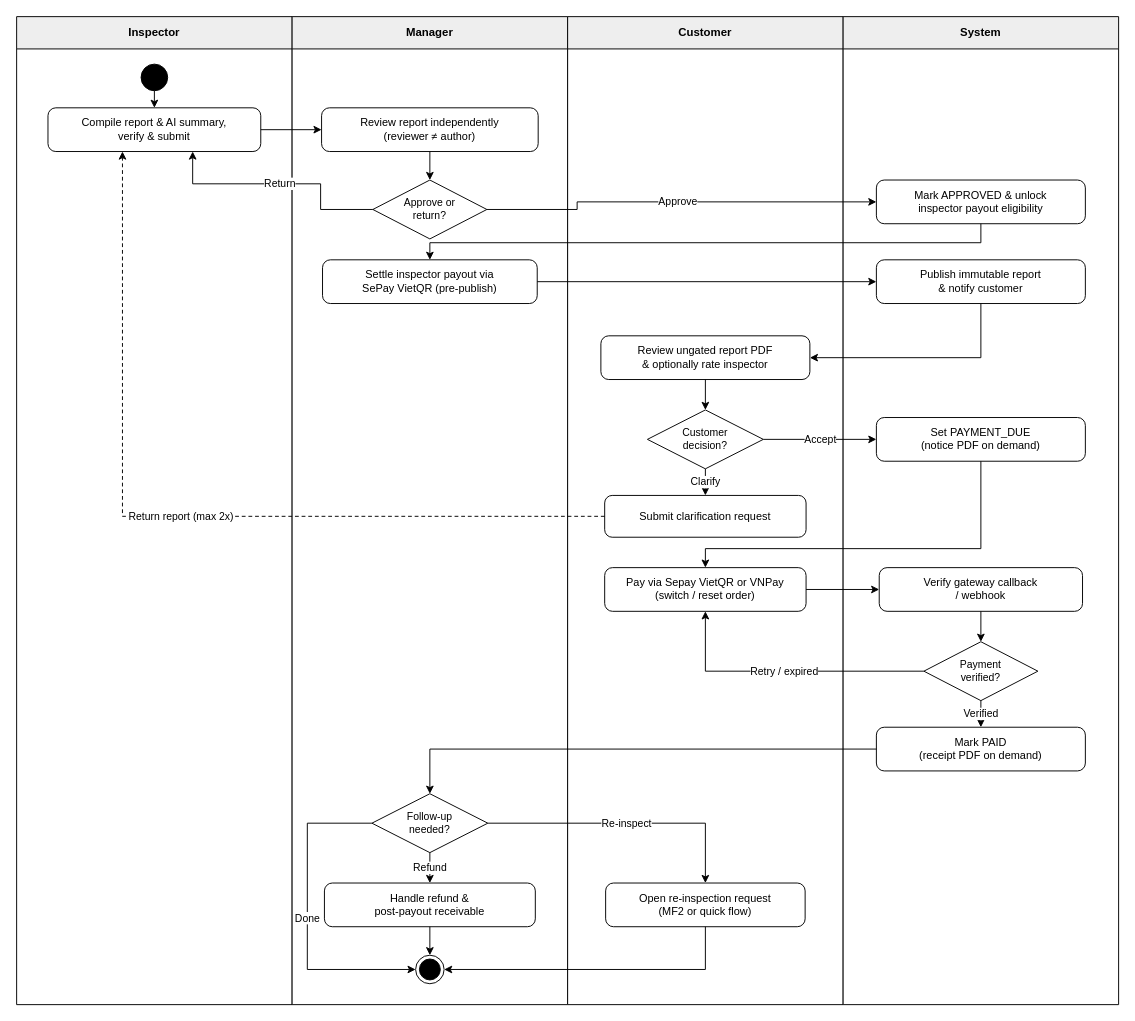
tungbach12/SmartDroneInspection-Docs keeps this draw.io diagram as page "MF4 - Report, Finance & Reinspection" (5 of 5) of diagrams/smartdrone-activity-diagrams.drawio. Above is the earlier version. Source tidied: cells renumbered, new cells numbered last; positions are measured from the earlier drawing's top-left corner, leaving out a move shared by most shapes. Both pictures are drawn from the tidied source at 95%, with x=0, y=0 at pixel (16, 16).
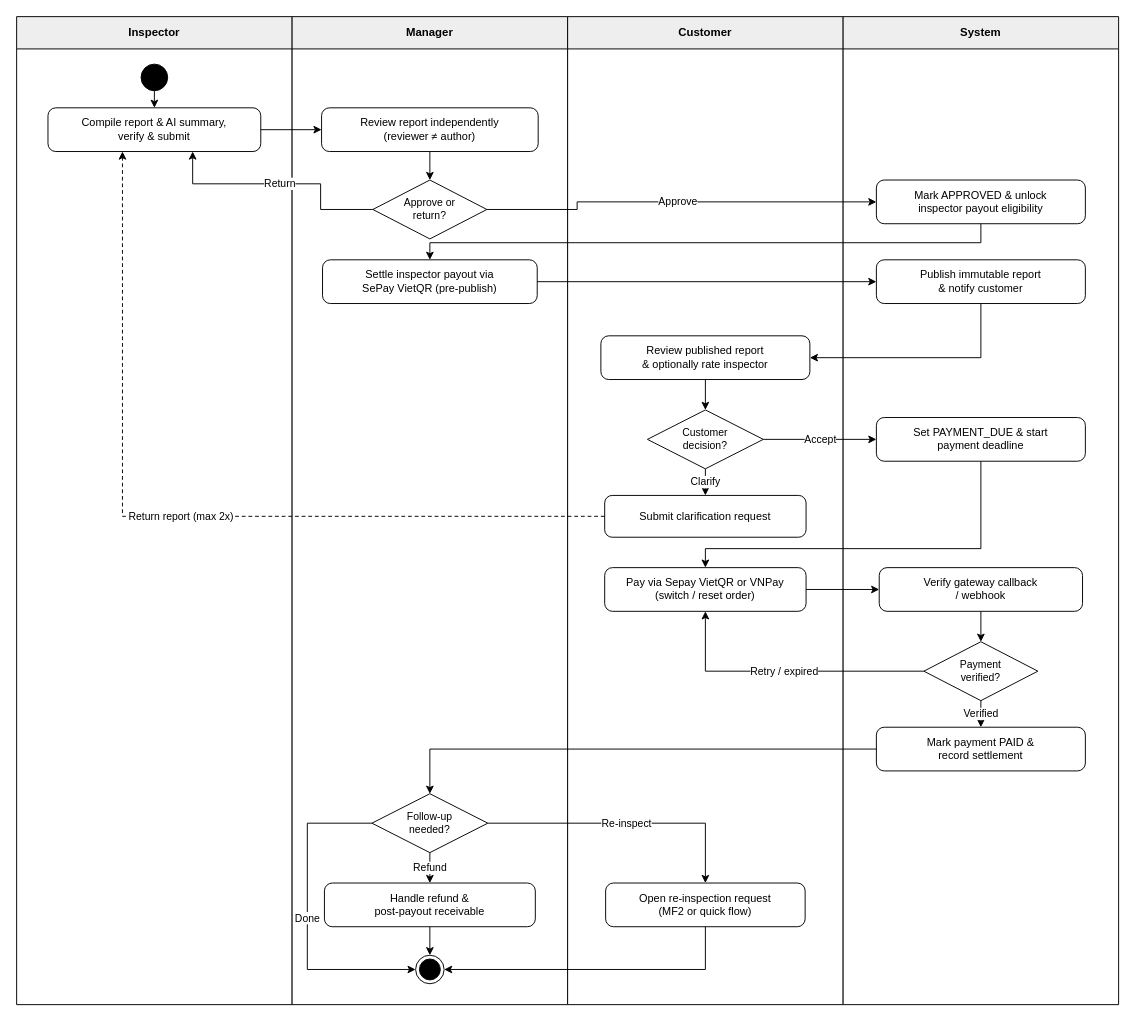
Above is the later version.

Commit message:
docs(diagrams): drop PDF export details from MF4 activity diagram

Change to the diagram source:
```diff
@@
-    <mxCell id="13" value="Review ungated report PDF&lt;br&gt;&amp;amp; optionally rate inspector" style="rounded=1;whiteSpace=wrap;html=1;arcSize=18;fillColor=#FFFFFF;strokeColor=#000000;strokeWidth=1;fontColor=#000000;fontSize=11.5;fontFamily=Helvetica;align=center;verticalAlign=middle;spacingLeft=8;spacingRight=8;" parent="1" vertex="1">
+    <mxCell id="13" value="Review published report&lt;br&gt;&amp;amp; optionally rate inspector" style="rounded=1;whiteSpace=wrap;html=1;arcSize=18;fillColor=#FFFFFF;strokeColor=#000000;strokeWidth=1;fontColor=#000000;fontSize=11.5;fontFamily=Helvetica;align=center;verticalAlign=middle;spacingLeft=8;spacingRight=8;" parent="1" vertex="1">
       <mxGeometry x="615" y="336" width="220" height="46" as="geometry" />
     </mxCell>
@@
-    <mxCell id="16" value="Set PAYMENT_DUE&lt;br&gt;(notice PDF on demand)" style="rounded=1;whiteSpace=wrap;html=1;arcSize=18;fillColor=#FFFFFF;strokeColor=#000000;strokeWidth=1;fontColor=#000000;fontSize=11.5;fontFamily=Helvetica;align=center;verticalAlign=middle;spacingLeft=8;spacingRight=8;" parent="1" vertex="1">
+    <mxCell id="16" value="Set PAYMENT_DUE &amp;amp; start&lt;br&gt;payment deadline" style="rounded=1;whiteSpace=wrap;html=1;arcSize=18;fillColor=#FFFFFF;strokeColor=#000000;strokeWidth=1;fontColor=#000000;fontSize=11.5;fontFamily=Helvetica;align=center;verticalAlign=middle;spacingLeft=8;spacingRight=8;" parent="1" vertex="1">
       <mxGeometry x="905" y="422" width="220" height="46" as="geometry" />
     </mxCell>
@@
-    <mxCell id="20" value="Mark PAID&lt;br&gt;(receipt PDF on demand)" style="rounded=1;whiteSpace=wrap;html=1;arcSize=18;fillColor=#FFFFFF;strokeColor=#000000;strokeWidth=1;fontColor=#000000;fontSize=11.5;fontFamily=Helvetica;align=center;verticalAlign=middle;spacingLeft=8;spacingRight=8;" parent="1" vertex="1">
+    <mxCell id="20" value="Mark payment PAID &amp;amp;&lt;br&gt;record settlement" style="rounded=1;whiteSpace=wrap;html=1;arcSize=18;fillColor=#FFFFFF;strokeColor=#000000;strokeWidth=1;fontColor=#000000;fontSize=11.5;fontFamily=Helvetica;align=center;verticalAlign=middle;spacingLeft=8;spacingRight=8;" parent="1" vertex="1">
       <mxGeometry x="905" y="748" width="220" height="46" as="geometry" />
     </mxCell>
```
